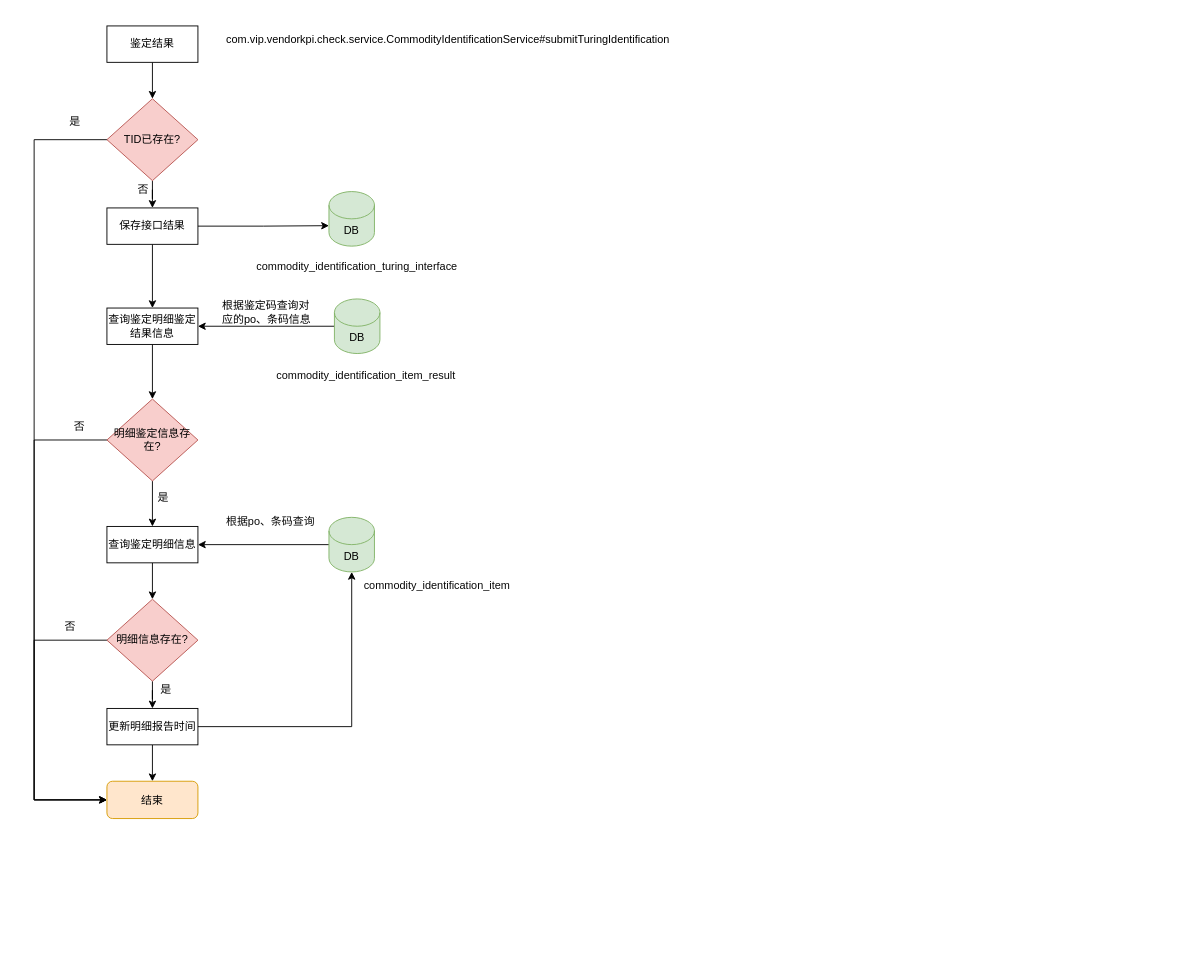
The draw.io diagram page "图灵鉴定结果处理" (13 of 13) of 创建指令计划.drawio in vvhard/draw_io, before the edit. Source tidied: cells renumbered, new cells numbered last; positions are measured from the earlier drawing's top-left corner, leaving out a move shared by most shapes. Both pictures are drawn from the tidied source at 91%, with x=0, y=0 at pixel (34, 25).
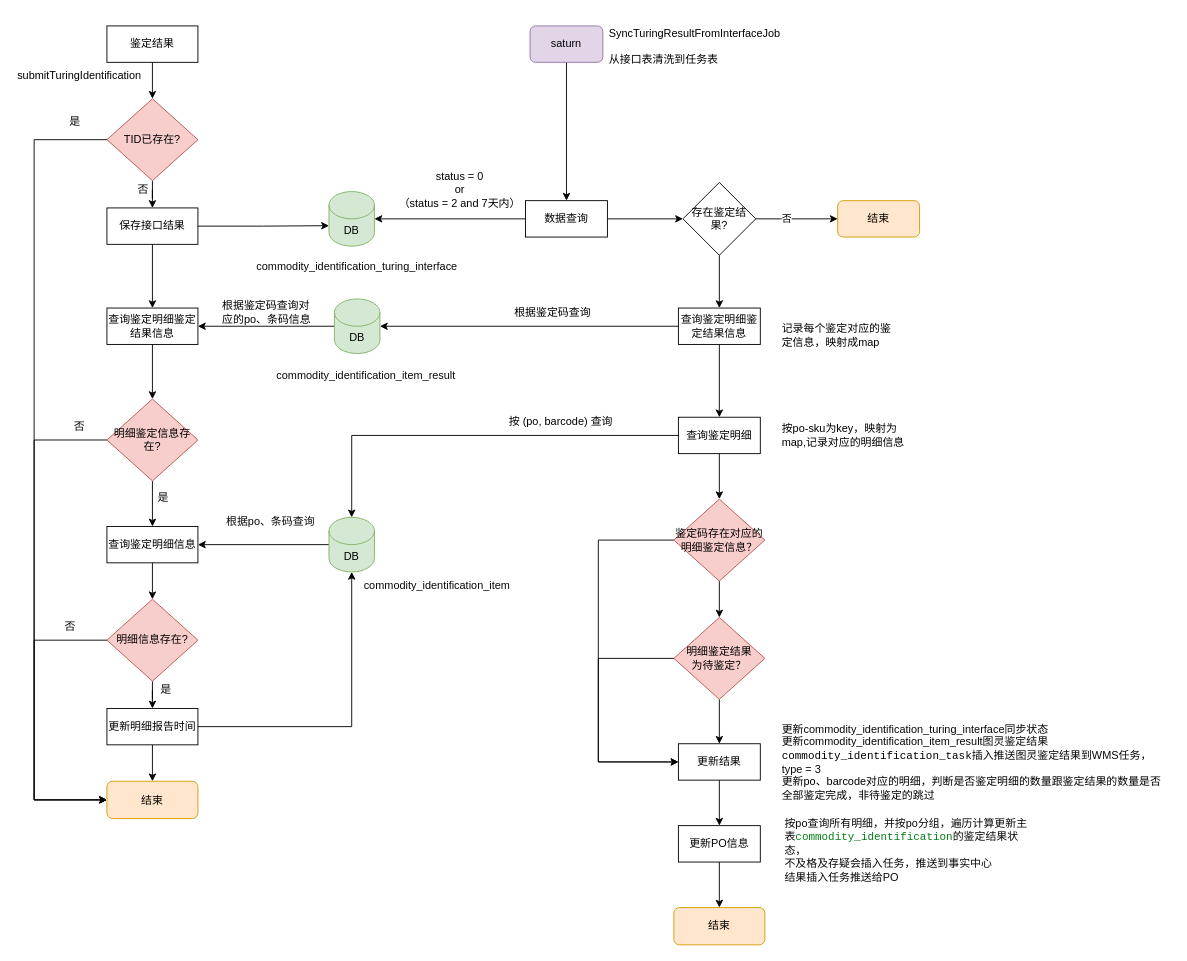
The same diagram, later.

Commit message:
更新创建指令计划.drawio

Unchanged cells that the change refers to:
```xml
<mxCell id="9" value="DB" style="shape=cylinder3;whiteSpace=wrap;html=1;boundedLbl=1;backgroundOutline=1;size=15;fillColor=#d5e8d4;strokeColor=#82b366;" parent="1" vertex="1">
  <mxGeometry x="324" y="182" width="50" height="60" as="geometry" />
</mxCell>
<mxCell id="14" value="DB" style="shape=cylinder3;whiteSpace=wrap;html=1;boundedLbl=1;backgroundOutline=1;size=15;fillColor=#d5e8d4;strokeColor=#82b366;" parent="1" vertex="1">
  <mxGeometry x="330" y="300" width="50" height="60" as="geometry" />
</mxCell>
<mxCell id="22" value="DB" style="shape=cylinder3;whiteSpace=wrap;html=1;boundedLbl=1;backgroundOutline=1;size=15;fillColor=#d5e8d4;strokeColor=#82b366;" parent="1" vertex="1">
  <mxGeometry x="324" y="540" width="50" height="60" as="geometry" />
</mxCell>
```

Change to the diagram source:
```diff
@@
-    <mxCell id="4" value="com.vip.vendorkpi.check.service.CommodityIdentificationService#submitTuringIdentification" style="text;html=1;align=center;verticalAlign=middle;whiteSpace=wrap;rounded=0;" parent="1" vertex="1">
-      <mxGeometry x="200" width="510" height="30" as="geometry" />
+    <mxCell id="4" value="submitTuringIdentification" style="text;html=1;align=center;verticalAlign=middle;whiteSpace=wrap;rounded=0;" parent="1" vertex="1">
+      <mxGeometry x="-20" y="40" width="140" height="30" as="geometry" />
     </mxCell>
@@
+    <mxCell id="42" style="edgeStyle=orthogonalEdgeStyle;rounded=0;jettySize=auto;html=1;entryX=0.5;entryY=0;entryDx=0;entryDy=0;" parent="1" edge="1" source="43" target="45">
+      <mxGeometry relative="1" as="geometry" />
+    </mxCell>
+    <mxCell id="43" value="saturn" style="rounded=1;whiteSpace=wrap;html=1;fillColor=#e1d5e7;strokeColor=#9673a6;" parent="1" vertex="1">
+      <mxGeometry x="545" width="80" height="40" as="geometry" />
+    </mxCell>
+    <mxCell id="44" style="edgeStyle=orthogonalEdgeStyle;rounded=0;jettySize=auto;html=1;entryX=0;entryY=0.5;entryDx=0;entryDy=0;" parent="1" edge="1" source="45" target="49">
+      <mxGeometry relative="1" as="geometry" />
+    </mxCell>
+    <mxCell id="45" value="数据查询" style="rounded=0;whiteSpace=wrap;html=1;" parent="1" vertex="1">
+      <mxGeometry x="540" y="192" width="90" height="40" as="geometry" />
+    </mxCell>
+    <mxCell id="46" style="edgeStyle=orthogonalEdgeStyle;rounded=0;jettySize=auto;html=1;entryX=0;entryY=0.5;entryDx=0;entryDy=0;" parent="1" edge="1" source="49" target="50">
+      <mxGeometry relative="1" as="geometry" />
+    </mxCell>
+    <mxCell id="47" value="否" style="edgeLabel;html=1;align=center;verticalAlign=middle;" parent="46" vertex="1">
+      <mxGeometry x="-0.27" y="1" relative="1" as="geometry" />
+    </mxCell>
+    <mxCell id="48" style="edgeStyle=orthogonalEdgeStyle;rounded=0;jettySize=auto;html=1;entryX=0.5;entryY=0;entryDx=0;entryDy=0;" parent="1" edge="1" source="49" target="52">
+      <mxGeometry relative="1" as="geometry" />
+    </mxCell>
+    <mxCell id="49" value="存在鉴定结果?" style="rhombus;whiteSpace=wrap;html=1;" parent="1" vertex="1">
+      <mxGeometry x="713" y="172" width="80" height="80" as="geometry" />
+    </mxCell>
+    <mxCell id="50" value="结束" style="rounded=1;whiteSpace=wrap;html=1;fillColor=#ffe6cc;strokeColor=#d79b00;" parent="1" vertex="1">
+      <mxGeometry x="883" y="192" width="90" height="40" as="geometry" />
+    </mxCell>
+    <mxCell id="51" style="edgeStyle=orthogonalEdgeStyle;rounded=0;jettySize=auto;html=1;" parent="1" edge="1" source="52" target="55">
+      <mxGeometry relative="1" as="geometry" />
+    </mxCell>
+    <mxCell id="52" value="查询鉴定明细鉴定结果信息" style="rounded=0;whiteSpace=wrap;html=1;" parent="1" vertex="1">
+      <mxGeometry x="708" y="310" width="90" height="40" as="geometry" />
+    </mxCell>
+    <mxCell id="53" style="edgeStyle=orthogonalEdgeStyle;rounded=0;jettySize=auto;html=1;" parent="1" edge="1" source="55" target="22">
+      <mxGeometry relative="1" as="geometry" />
+    </mxCell>
+    <mxCell id="54" style="edgeStyle=orthogonalEdgeStyle;rounded=0;jettySize=auto;html=1;entryX=0.5;entryY=0;entryDx=0;entryDy=0;" parent="1" edge="1" source="55" target="65">
+      <mxGeometry relative="1" as="geometry" />
+    </mxCell>
+    <mxCell id="55" value="查询鉴定明细" style="rounded=0;whiteSpace=wrap;html=1;" parent="1" vertex="1">
+      <mxGeometry x="708" y="430" width="90" height="40" as="geometry" />
+    </mxCell>
+    <mxCell id="56" style="edgeStyle=orthogonalEdgeStyle;rounded=0;jettySize=auto;html=1;entryX=1;entryY=0.5;entryDx=0;entryDy=0;entryPerimeter=0;" parent="1" edge="1" source="45" target="9">
+      <mxGeometry relative="1" as="geometry" />
+    </mxCell>
+    <mxCell id="57" value="&lt;pre style=&quot;background-color: rgb(255, 255, 255); font-size: 9pt;&quot;&gt;&lt;font face=&quot;Helvetica&quot;&gt;SyncTuringResultFromInterfaceJob&lt;/font&gt;&lt;/pre&gt;&lt;pre style=&quot;background-color: rgb(255, 255, 255); font-size: 9pt;&quot;&gt;&lt;font face=&quot;Helvetica&quot;&gt;从接口表清洗到任务表&lt;/font&gt;&lt;/pre&gt;" style="text;html=1;align=left;verticalAlign=middle;whiteSpace=wrap;rounded=0;" parent="1" vertex="1">
+      <mxGeometry x="630" y="5" width="193" height="35" as="geometry" />
+    </mxCell>
+    <mxCell id="58" value="status = 0&lt;div&gt;or&lt;/div&gt;&lt;div&gt;（status = 2 and 7天内）&lt;/div&gt;" style="text;html=1;align=center;verticalAlign=middle;whiteSpace=wrap;rounded=0;" parent="1" vertex="1">
+      <mxGeometry x="396" y="155" width="144" height="50" as="geometry" />
+    </mxCell>
+    <mxCell id="59" style="edgeStyle=orthogonalEdgeStyle;rounded=0;jettySize=auto;html=1;entryX=1;entryY=0.5;entryDx=0;entryDy=0;entryPerimeter=0;" parent="1" edge="1" source="52" target="14">
+      <mxGeometry relative="1" as="geometry" />
+    </mxCell>
+    <mxCell id="60" value="按po-sku为key，映射为map,记录对应的明细信息" style="text;html=1;align=left;verticalAlign=middle;whiteSpace=wrap;rounded=0;" parent="1" vertex="1">
+      <mxGeometry x="820" y="435" width="150" height="30" as="geometry" />
+    </mxCell>
+    <mxCell id="61" value="根据鉴定码查询" style="text;html=1;align=left;verticalAlign=middle;whiteSpace=wrap;rounded=0;" parent="1" vertex="1">
+      <mxGeometry x="526" y="300" width="88.5" height="30" as="geometry" />
+    </mxCell>
+    <mxCell id="62" value="按 (po, barcode) 查询" style="text;html=1;align=left;verticalAlign=middle;whiteSpace=wrap;rounded=0;" parent="1" vertex="1">
+      <mxGeometry x="520" y="420" width="120" height="30" as="geometry" />
+    </mxCell>
+    <mxCell id="63" value="记录每个鉴定对应的鉴定信息，映射成map" style="text;html=1;align=left;verticalAlign=middle;whiteSpace=wrap;rounded=0;" parent="1" vertex="1">
+      <mxGeometry x="820" y="325" width="127" height="30" as="geometry" />
+    </mxCell>
+    <mxCell id="64" style="edgeStyle=orthogonalEdgeStyle;rounded=0;jettySize=auto;html=1;entryX=0.5;entryY=0;entryDx=0;entryDy=0;" parent="1" edge="1" source="65" target="67">
+      <mxGeometry relative="1" as="geometry" />
+    </mxCell>
+    <mxCell id="65" value="鉴定码存在对应的明细鉴定信息？" style="rhombus;whiteSpace=wrap;html=1;fillColor=#f8cecc;strokeColor=#b85450;" parent="1" vertex="1">
+      <mxGeometry x="703" y="520" width="100" height="90" as="geometry" />
+    </mxCell>
+    <mxCell id="66" style="edgeStyle=orthogonalEdgeStyle;rounded=0;jettySize=auto;html=1;" parent="1" edge="1" source="67" target="69">
+      <mxGeometry relative="1" as="geometry" />
+    </mxCell>
+    <mxCell id="67" value="明细鉴定结果&lt;div&gt;为待鉴定？&lt;br&gt;&lt;/div&gt;" style="rhombus;whiteSpace=wrap;html=1;fillColor=#f8cecc;strokeColor=#b85450;" parent="1" vertex="1">
+      <mxGeometry x="703" y="650" width="100" height="90" as="geometry" />
+    </mxCell>
+    <mxCell id="68" style="edgeStyle=orthogonalEdgeStyle;rounded=0;jettySize=auto;html=1;entryX=0.5;entryY=0;entryDx=0;entryDy=0;" parent="1" edge="1" source="69" target="72">
+      <mxGeometry relative="1" as="geometry" />
+    </mxCell>
+    <mxCell id="69" value="更新结果" style="rounded=0;whiteSpace=wrap;html=1;" parent="1" vertex="1">
+      <mxGeometry x="708" y="788.8" width="90" height="40" as="geometry" />
+    </mxCell>
+    <mxCell id="70" value="更新&lt;span style=&quot;color: rgb(8, 8, 8); text-align: center; background-color: rgb(255, 255, 255);&quot;&gt;commodity_identification_turing_interface&lt;/span&gt;同步状态&lt;br&gt;&lt;div&gt;&lt;span style=&quot;background-color: initial;&quot;&gt;更新&lt;/span&gt;&lt;span style=&quot;color: rgb(8, 8, 8); text-align: center; background-color: rgb(255, 255, 255);&quot;&gt;commodity_identification_item_result图灵鉴定结果&lt;/span&gt;&lt;br&gt;&lt;/div&gt;&lt;div&gt;&lt;span style=&quot;background-color: rgb(255, 255, 255); font-family: &amp;quot;JetBrains Mono&amp;quot;, monospace; font-size: 9pt;&quot;&gt;commodity_identification_task&lt;/span&gt;&lt;span style=&quot;color: rgb(8, 8, 8); text-align: center; background-color: rgb(255, 255, 255);&quot;&gt;插入推送图灵鉴定结果到WMS任务，type = 3&lt;/span&gt;&lt;/div&gt;&lt;div&gt;&lt;span style=&quot;text-align: center;&quot;&gt;更新po、barcode对应的明细，判断是否鉴定明细的数量跟鉴定结果的数量是否全部鉴定完成，非待鉴定的跳过&lt;/span&gt;&lt;span style=&quot;color: rgb(8, 8, 8); text-align: center; background-color: rgb(255, 255, 255);&quot;&gt;&lt;br&gt;&lt;/span&gt;&lt;/div&gt;" style="text;html=1;align=left;verticalAlign=middle;whiteSpace=wrap;rounded=0;" parent="1" vertex="1">
+      <mxGeometry x="820" y="760" width="430" height="97.5" as="geometry" />
+    </mxCell>
+    <mxCell id="71" style="edgeStyle=orthogonalEdgeStyle;rounded=0;jettySize=auto;html=1;entryX=0.5;entryY=0;entryDx=0;entryDy=0;" parent="1" edge="1" source="72" target="74">
+      <mxGeometry relative="1" as="geometry" />
+    </mxCell>
+    <mxCell id="72" value="更新PO信息" style="rounded=0;whiteSpace=wrap;html=1;" parent="1" vertex="1">
+      <mxGeometry x="708" y="878.8" width="90" height="40" as="geometry" />
+    </mxCell>
+    <mxCell id="73" value="&lt;div&gt;&lt;span style=&quot;color: rgb(8, 8, 8); text-align: center; background-color: rgb(255, 255, 255);&quot;&gt;按po查询所有明细，并按po分组，遍历计算更新主表&lt;/span&gt;&lt;span style=&quot;color: rgb(6, 125, 23); background-color: rgb(255, 255, 255); font-family: &amp;quot;JetBrains Mono&amp;quot;, monospace; font-size: 9pt;&quot;&gt;commodity_identification&lt;/span&gt;&lt;span style=&quot;background-color: rgb(255, 255, 255); color: rgb(8, 8, 8); text-align: center;&quot;&gt;的鉴定结果状态，&lt;/span&gt;&lt;/div&gt;&lt;div&gt;&lt;span style=&quot;background-color: rgb(255, 255, 255); color: rgb(8, 8, 8); text-align: center;&quot;&gt;不及格及存疑会插入任务，推送到事实中心&lt;/span&gt;&lt;/div&gt;&lt;div&gt;&lt;span style=&quot;background-color: rgb(255, 255, 255); color: rgb(8, 8, 8); text-align: center;&quot;&gt;结果插入任务推送给PO&lt;/span&gt;&lt;/div&gt;" style="text;html=1;align=left;verticalAlign=middle;whiteSpace=wrap;rounded=0;" parent="1" vertex="1">
+      <mxGeometry x="823" y="878.8" width="280" height="55" as="geometry" />
+    </mxCell>
+    <mxCell id="74" value="结束" style="rounded=1;whiteSpace=wrap;html=1;fillColor=#ffe6cc;strokeColor=#d79b00;" parent="1" vertex="1">
+      <mxGeometry x="703" y="968.8" width="100" height="41" as="geometry" />
+    </mxCell>
+    <mxCell id="75" style="group;" parent="1" vertex="1">
+      <mxGeometry x="620" y="565" height="244" as="geometry" />
+    </mxCell>
+    <mxCell id="76" style="edgeStyle=orthogonalEdgeStyle;rounded=0;jettySize=auto;html=1;entryX=0;entryY=0.5;entryDx=0;entryDy=0;exitX=0;exitY=0.5;exitDx=0;exitDy=0;" parent="75" edge="1" source="65" target="69">
+      <mxGeometry relative="1" as="geometry">
+        <Array as="points">
+          <mxPoint />
+          <mxPoint y="244" />
+        </Array>
+      </mxGeometry>
+    </mxCell>
+    <mxCell id="77" style="edgeStyle=orthogonalEdgeStyle;rounded=0;jettySize=auto;html=1;entryX=0;entryY=0.5;entryDx=0;entryDy=0;exitX=0;exitY=0.5;exitDx=0;exitDy=0;" parent="75" edge="1" source="67" target="69">
+      <mxGeometry relative="1" as="geometry">
+        <Array as="points">
+          <mxPoint y="130" />
+          <mxPoint y="244" />
+        </Array>
+      </mxGeometry>
+    </mxCell>
```
